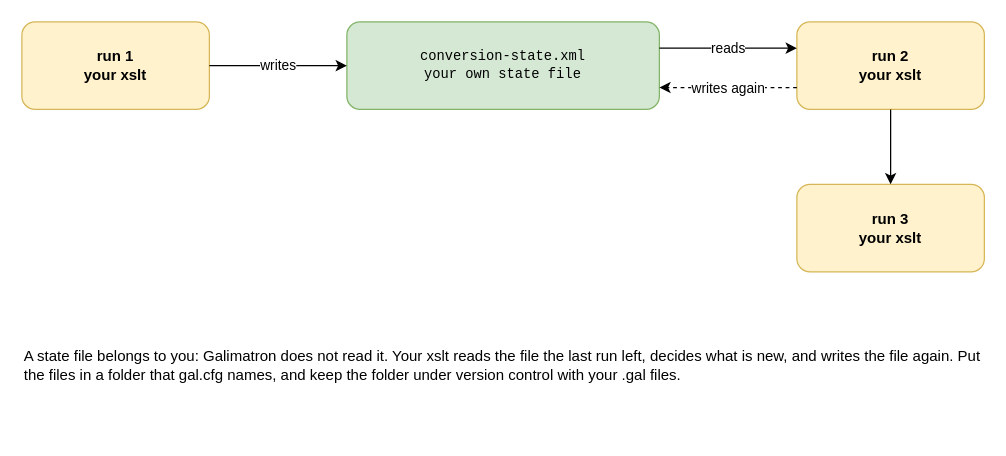
Above: drawio/20_custom_state.drawio in goloveshin/galimatron_doc (draw.io), before the change. Source tidied: cells renumbered, new cells numbered last; positions are measured from the earlier drawing's top-left corner, leaving out a move shared by most shapes. Both pictures are drawn from the tidied source at 125%, with x=0, y=0 at pixel (21, 21).
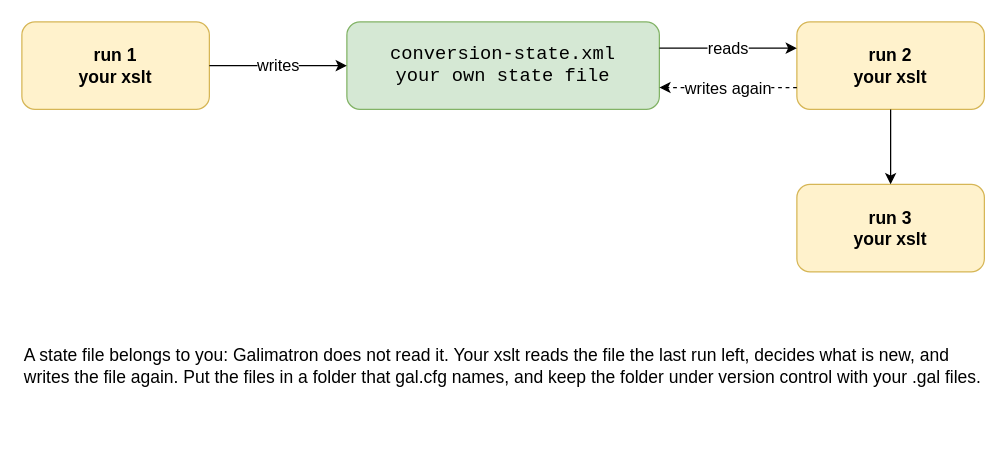
The same page after the edit.

The edit, as a diff of the source:
```diff
@@
 <mxGraphModel>
   <root>
     <mxCell id="0" />
     <mxCell id="1" parent="0" />
-    <mxCell id="2" value="run 1&lt;br&gt;your xslt" style="rounded=1;whiteSpace=wrap;html=1;fillColor=#fff2cc;strokeColor=#d6b656;fontStyle=1;" parent="1" vertex="1">
+    <mxCell id="2" value="run 1&lt;br&gt;your xslt" style="rounded=1;whiteSpace=wrap;html=1;fillColor=#fff2cc;strokeColor=#d6b656;fontStyle=1;fontSize=14;" parent="1" vertex="1">
       <mxGeometry width="150" height="70" as="geometry" />
     </mxCell>
-    <mxCell id="3" value="conversion-state.xml&lt;br&gt;your own state file" style="rounded=1;whiteSpace=wrap;html=1;fillColor=#d5e8d4;strokeColor=#82b366;fontFamily=Courier New;fontSize=11;" parent="1" vertex="1">
+    <mxCell id="3" value="conversion-state.xml&lt;br&gt;your own state file" style="rounded=1;whiteSpace=wrap;html=1;fillColor=#d5e8d4;strokeColor=#82b366;fontFamily=Courier New;fontSize=15;" parent="1" vertex="1">
       <mxGeometry x="260" width="250" height="70" as="geometry" />
     </mxCell>
-    <mxCell id="4" value="run 2&lt;br&gt;your xslt" style="rounded=1;whiteSpace=wrap;html=1;fillColor=#fff2cc;strokeColor=#d6b656;fontStyle=1;" parent="1" vertex="1">
+    <mxCell id="4" value="run 2&lt;br&gt;your xslt" style="rounded=1;whiteSpace=wrap;html=1;fillColor=#fff2cc;strokeColor=#d6b656;fontStyle=1;fontSize=14;" parent="1" vertex="1">
       <mxGeometry x="620" width="150" height="70" as="geometry" />
     </mxCell>
-    <mxCell id="5" value="writes" style="endArrow=classic;html=1;labelBackgroundColor=#ffffff;edgeStyle=none;" parent="1" edge="1" source="2" target="3">
+    <mxCell id="5" value="writes" style="endArrow=classic;html=1;labelBackgroundColor=#ffffff;edgeStyle=none;fontSize=13;" parent="1" edge="1" source="2" target="3">
       <mxGeometry relative="1" as="geometry" />
     </mxCell>
-    <mxCell id="6" value="reads" style="endArrow=classic;html=1;labelBackgroundColor=#ffffff;edgeStyle=none;exitX=1;exitY=0.3;exitDx=0;exitDy=0;entryX=0;entryY=0.3;entryDx=0;entryDy=0;" parent="1" edge="1" source="3" target="4">
+    <mxCell id="6" value="reads" style="endArrow=classic;html=1;labelBackgroundColor=#ffffff;edgeStyle=none;exitX=1;exitY=0.3;exitDx=0;exitDy=0;entryX=0;entryY=0.3;entryDx=0;entryDy=0;fontSize=13;" parent="1" edge="1" source="3" target="4">
       <mxGeometry relative="1" as="geometry" />
     </mxCell>
-    <mxCell id="7" value="run 3&lt;br&gt;your xslt" style="rounded=1;whiteSpace=wrap;html=1;fillColor=#fff2cc;strokeColor=#d6b656;fontStyle=1;" parent="1" vertex="1">
+    <mxCell id="7" value="run 3&lt;br&gt;your xslt" style="rounded=1;whiteSpace=wrap;html=1;fillColor=#fff2cc;strokeColor=#d6b656;fontStyle=1;fontSize=14;" parent="1" vertex="1">
       <mxGeometry x="620" y="130" width="150" height="70" as="geometry" />
     </mxCell>
     <mxCell id="8" style="endArrow=classic;html=1;labelBackgroundColor=#ffffff;edgeStyle=none;" parent="1" edge="1" source="4" target="7">
       <mxGeometry relative="1" as="geometry" />
     </mxCell>
-    <mxCell id="9" value="writes again" style="endArrow=classic;html=1;labelBackgroundColor=#ffffff;edgeStyle=none;dashed=1;exitX=0;exitY=0.75;exitDx=0;exitDy=0;entryX=1;entryY=0.75;entryDx=0;entryDy=0;" parent="1" edge="1" source="4" target="3">
+    <mxCell id="9" value="writes again" style="endArrow=classic;html=1;labelBackgroundColor=#ffffff;edgeStyle=none;dashed=1;exitX=0;exitY=0.75;exitDx=0;exitDy=0;entryX=1;entryY=0.75;entryDx=0;entryDy=0;fontSize=13;" parent="1" edge="1" source="4" target="3">
       <mxGeometry relative="1" as="geometry" />
     </mxCell>
-    <mxCell id="10" value="A state file belongs to you: Galimatron does not read it. Your xslt reads the file the last run left, decides what is new, and writes the file again. Put the files in a folder that gal.cfg names, and keep the folder under version control with your .gal files." style="text;html=1;whiteSpace=wrap;verticalAlign=middle;align=left;" parent="1" vertex="1">
+    <mxCell id="10" value="A state file belongs to you: Galimatron does not read it. Your xslt reads the file the last run left, decides what is new, and writes the file again. Put the files in a folder that gal.cfg names, and keep the folder under version control with your .gal files." style="text;html=1;whiteSpace=wrap;verticalAlign=middle;align=left;fontSize=14;" parent="1" vertex="1">
       <mxGeometry y="220" width="770" height="110" as="geometry" />
     </mxCell>
   </root>
 </mxGraphModel>
```
